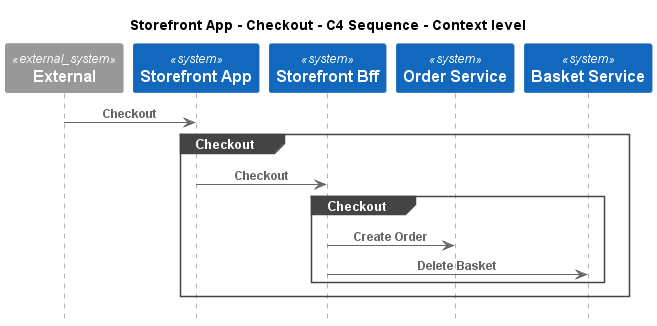
C4InterFlow/architecture-as-code-samples keeps this PlantUML diagram as e-commerce-platform/Software Systems/Storefront App/Interfaces/Checkout/Context - C4 Sequence.png. Above is the earlier version.
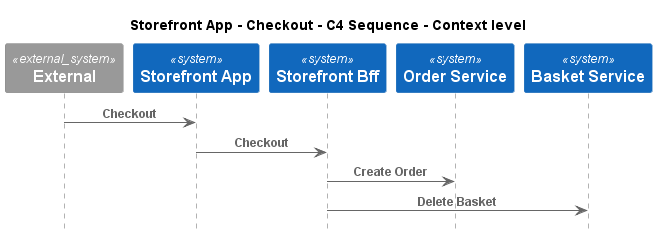
The same file after the commit.

Diff of the diagram source:
```diff
@@ -11,13 +11,9 @@
 System(ECommercePlatform.SoftwareSystems.BasketService, "Basket Service", "")
 
 Rel(C4InterFlow.SoftwareSystems.ExternalSystem, ECommercePlatform.SoftwareSystems.StorefrontApp, "Checkout")
-group Checkout
 Rel(ECommercePlatform.SoftwareSystems.StorefrontApp, ECommercePlatform.SoftwareSystems.StorefrontBff, "Checkout")
-group Checkout
 Rel(ECommercePlatform.SoftwareSystems.StorefrontBff, ECommercePlatform.SoftwareSystems.OrderService, "Create Order")
 Rel(ECommercePlatform.SoftwareSystems.StorefrontBff, ECommercePlatform.SoftwareSystems.BasketService, "Delete Basket")
-end
-end
 
 
 @enduml
```
